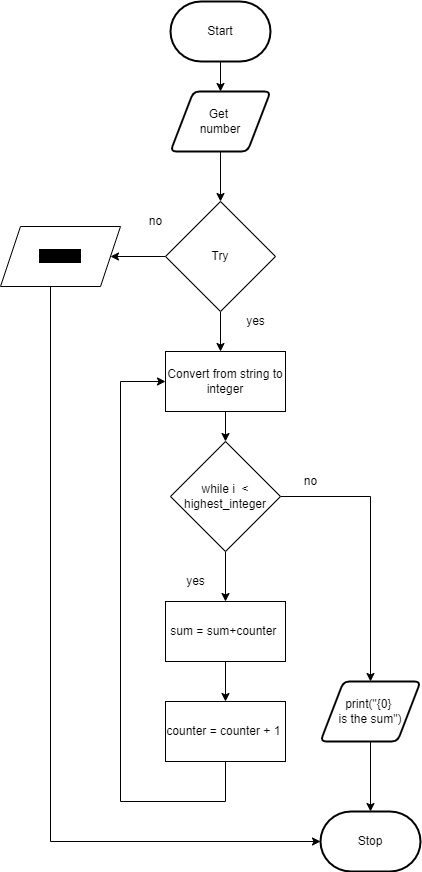
The draw.io diagram Flow-Chart.png in mohammedal-ess/ICS3U-Unit4-01-Python, before a commit. Source tidied: cells renumbered, new cells last; positions are measured from the earlier drawing's top-left corner, leaving out a move shared by most shapes.
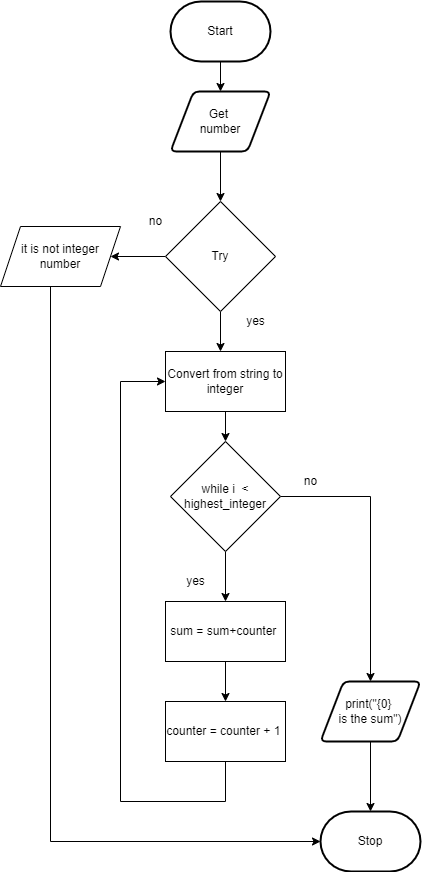
The same file after the commit.

Commit message:
added Flow-Chart png

Diff of the diagram source:
```diff
@@ -69,7 +69,7 @@
         </Array>
       </mxGeometry>
     </mxCell>
-    <mxCell id="19" value="&lt;span style=&quot;background-color: rgb(0 , 0 , 0)&quot;&gt;it is not&amp;nbsp;&lt;/span&gt;" style="shape=parallelogram;perimeter=parallelogramPerimeter;whiteSpace=wrap;html=1;fixedSize=1;" parent="1" vertex="1">
+    <mxCell id="19" value="it is not integer number" style="shape=parallelogram;perimeter=parallelogramPerimeter;whiteSpace=wrap;html=1;fixedSize=1;" parent="1" vertex="1">
       <mxGeometry y="225" width="120" height="60" as="geometry" />
     </mxCell>
     <mxCell id="20" value="no" style="text;html=1;align=center;verticalAlign=middle;strokeColor=none;fillColor=none;" parent="1" vertex="1">
```
